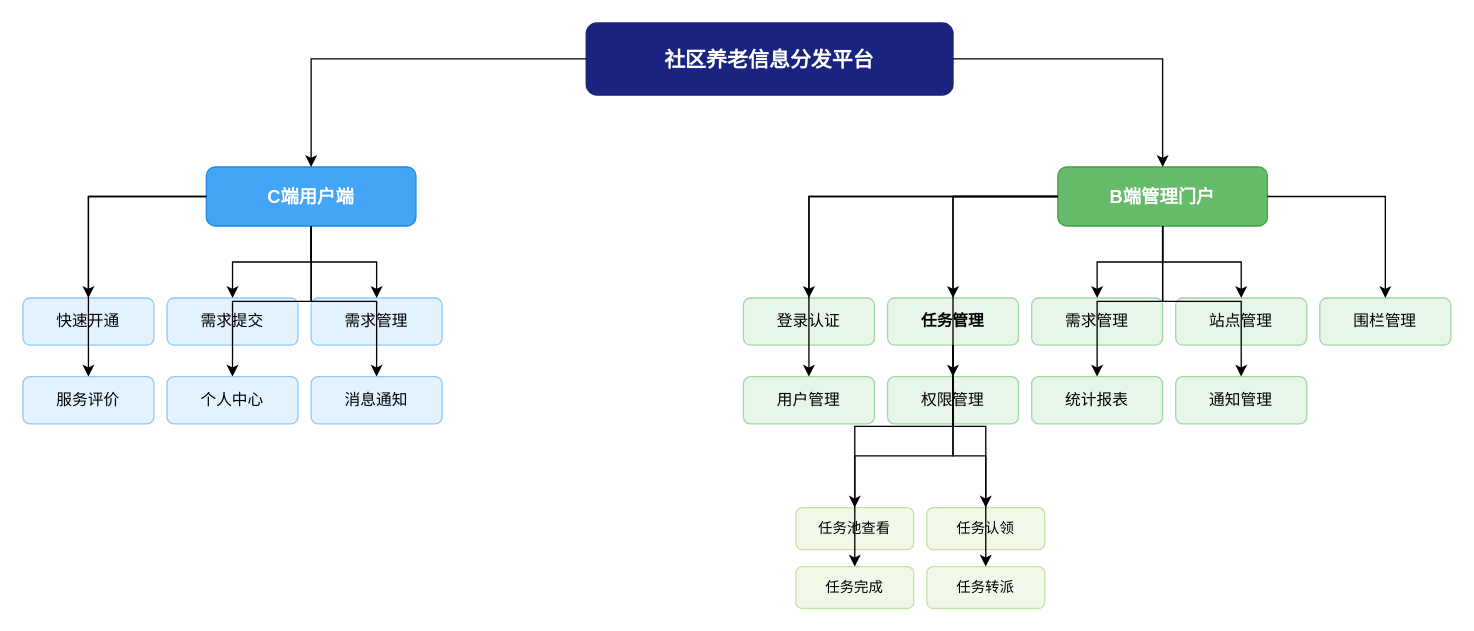
This is paper/附件/diagrams/fig3-3-modules.drawio from julesChu12/scare, a draw.io file, before an edit. Source tidied: cells renumbered, new cells numbered last; positions are measured from the earlier drawing's top-left corner, leaving out a move shared by most shapes. Both pictures are drawn from the tidied source at 131%, with x=0, y=0 at pixel (22, 22).
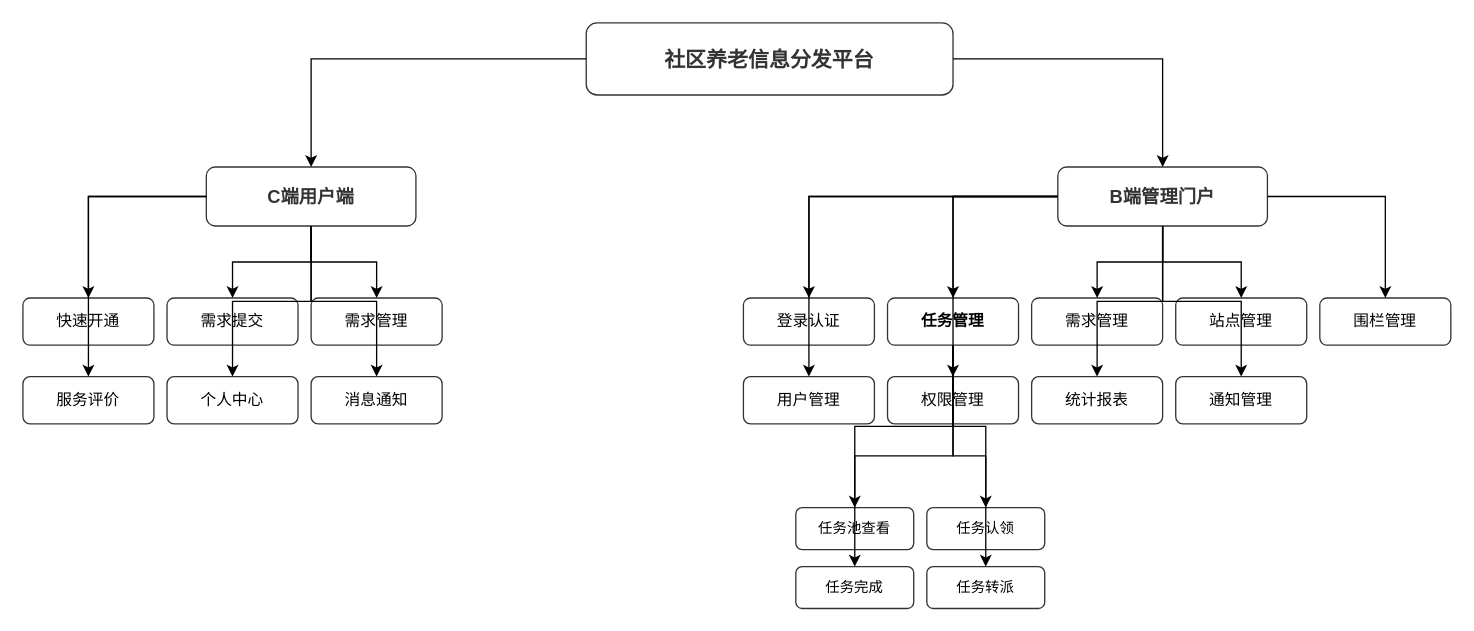
The same diagram, later.

Change to the diagram source:
```diff
@@
-    <mxCell id="2" value="社区养老信息分发平台" style="rounded=1;whiteSpace=wrap;html=1;fillColor=#1a237e;fontColor=#ffffff;strokeColor=#1a237e;fontSize=16;fontStyle=1;" parent="1" vertex="1">
+    <mxCell id="2" value="社区养老信息分发平台" style="rounded=1;whiteSpace=wrap;html=1;fillColor=#ffffff;fontColor=#333333;strokeColor=#333333;fontSize=16;fontStyle=1;" parent="1" vertex="1">
       <mxGeometry x="430" width="280" height="55" as="geometry" />
     </mxCell>
-    <mxCell id="3" value="C端用户端" style="rounded=1;whiteSpace=wrap;html=1;fillColor=#42a5f5;fontColor=#ffffff;strokeColor=#1e88e5;fontSize=14;fontStyle=1;" parent="1" vertex="1">
+    <mxCell id="3" value="C端用户端" style="rounded=1;whiteSpace=wrap;html=1;fillColor=#ffffff;fontColor=#333333;strokeColor=#333333;fontSize=14;fontStyle=1;" parent="1" vertex="1">
       <mxGeometry x="140" y="110" width="160" height="45" as="geometry" />
     </mxCell>
-    <mxCell id="4" value="B端管理门户" style="rounded=1;whiteSpace=wrap;html=1;fillColor=#66bb6a;fontColor=#ffffff;strokeColor=#43a047;fontSize=14;fontStyle=1;" parent="1" vertex="1">
+    <mxCell id="4" value="B端管理门户" style="rounded=1;whiteSpace=wrap;html=1;fillColor=#ffffff;fontColor=#333333;strokeColor=#333333;fontSize=14;fontStyle=1;" parent="1" vertex="1">
       <mxGeometry x="790" y="110" width="160" height="45" as="geometry" />
     </mxCell>
@@
-    <mxCell id="7" value="快速开通" style="rounded=1;whiteSpace=wrap;html=1;fillColor=#e3f2fd;strokeColor=#90caf9;fontSize=12;" parent="1" vertex="1">
+    <mxCell id="7" value="快速开通" style="rounded=1;whiteSpace=wrap;html=1;fillColor=#ffffff;strokeColor=#333333;fontSize=12;" parent="1" vertex="1">
       <mxGeometry y="210" width="100" height="36" as="geometry" />
     </mxCell>
-    <mxCell id="8" value="需求提交" style="rounded=1;whiteSpace=wrap;html=1;fillColor=#e3f2fd;strokeColor=#90caf9;fontSize=12;" parent="1" vertex="1">
+    <mxCell id="8" value="需求提交" style="rounded=1;whiteSpace=wrap;html=1;fillColor=#ffffff;strokeColor=#333333;fontSize=12;" parent="1" vertex="1">
       <mxGeometry x="110" y="210" width="100" height="36" as="geometry" />
     </mxCell>
-    <mxCell id="9" value="需求管理" style="rounded=1;whiteSpace=wrap;html=1;fillColor=#e3f2fd;strokeColor=#90caf9;fontSize=12;" parent="1" vertex="1">
+    <mxCell id="9" value="需求管理" style="rounded=1;whiteSpace=wrap;html=1;fillColor=#ffffff;strokeColor=#333333;fontSize=12;" parent="1" vertex="1">
       <mxGeometry x="220" y="210" width="100" height="36" as="geometry" />
     </mxCell>
-    <mxCell id="10" value="服务评价" style="rounded=1;whiteSpace=wrap;html=1;fillColor=#e3f2fd;strokeColor=#90caf9;fontSize=12;" parent="1" vertex="1">
+    <mxCell id="10" value="服务评价" style="rounded=1;whiteSpace=wrap;html=1;fillColor=#ffffff;strokeColor=#333333;fontSize=12;" parent="1" vertex="1">
       <mxGeometry y="270" width="100" height="36" as="geometry" />
     </mxCell>
-    <mxCell id="11" value="个人中心" style="rounded=1;whiteSpace=wrap;html=1;fillColor=#e3f2fd;strokeColor=#90caf9;fontSize=12;" parent="1" vertex="1">
+    <mxCell id="11" value="个人中心" style="rounded=1;whiteSpace=wrap;html=1;fillColor=#ffffff;strokeColor=#333333;fontSize=12;" parent="1" vertex="1">
       <mxGeometry x="110" y="270" width="100" height="36" as="geometry" />
     </mxCell>
-    <mxCell id="12" value="消息通知" style="rounded=1;whiteSpace=wrap;html=1;fillColor=#e3f2fd;strokeColor=#90caf9;fontSize=12;" parent="1" vertex="1">
+    <mxCell id="12" value="消息通知" style="rounded=1;whiteSpace=wrap;html=1;fillColor=#ffffff;strokeColor=#333333;fontSize=12;" parent="1" vertex="1">
       <mxGeometry x="220" y="270" width="100" height="36" as="geometry" />
     </mxCell>
@@
-    <mxCell id="19" value="登录认证" style="rounded=1;whiteSpace=wrap;html=1;fillColor=#e8f5e9;strokeColor=#a5d6a7;fontSize=12;" parent="1" vertex="1">
+    <mxCell id="19" value="登录认证" style="rounded=1;whiteSpace=wrap;html=1;fillColor=#ffffff;strokeColor=#333333;fontSize=12;" parent="1" vertex="1">
       <mxGeometry x="550" y="210" width="100" height="36" as="geometry" />
     </mxCell>
-    <mxCell id="20" value="任务管理" style="rounded=1;whiteSpace=wrap;html=1;fillColor=#e8f5e9;strokeColor=#a5d6a7;fontSize=12;fontStyle=1;" parent="1" vertex="1">
+    <mxCell id="20" value="任务管理" style="rounded=1;whiteSpace=wrap;html=1;fillColor=#ffffff;strokeColor=#333333;fontSize=12;fontStyle=1;" parent="1" vertex="1">
       <mxGeometry x="660" y="210" width="100" height="36" as="geometry" />
     </mxCell>
-    <mxCell id="21" value="需求管理" style="rounded=1;whiteSpace=wrap;html=1;fillColor=#e8f5e9;strokeColor=#a5d6a7;fontSize=12;" parent="1" vertex="1">
+    <mxCell id="21" value="需求管理" style="rounded=1;whiteSpace=wrap;html=1;fillColor=#ffffff;strokeColor=#333333;fontSize=12;" parent="1" vertex="1">
       <mxGeometry x="770" y="210" width="100" height="36" as="geometry" />
     </mxCell>
-    <mxCell id="22" value="站点管理" style="rounded=1;whiteSpace=wrap;html=1;fillColor=#e8f5e9;strokeColor=#a5d6a7;fontSize=12;" parent="1" vertex="1">
+    <mxCell id="22" value="站点管理" style="rounded=1;whiteSpace=wrap;html=1;fillColor=#ffffff;strokeColor=#333333;fontSize=12;" parent="1" vertex="1">
       <mxGeometry x="880" y="210" width="100" height="36" as="geometry" />
     </mxCell>
-    <mxCell id="23" value="围栏管理" style="rounded=1;whiteSpace=wrap;html=1;fillColor=#e8f5e9;strokeColor=#a5d6a7;fontSize=12;" parent="1" vertex="1">
+    <mxCell id="23" value="围栏管理" style="rounded=1;whiteSpace=wrap;html=1;fillColor=#ffffff;strokeColor=#333333;fontSize=12;" parent="1" vertex="1">
       <mxGeometry x="990" y="210" width="100" height="36" as="geometry" />
     </mxCell>
-    <mxCell id="24" value="用户管理" style="rounded=1;whiteSpace=wrap;html=1;fillColor=#e8f5e9;strokeColor=#a5d6a7;fontSize=12;" parent="1" vertex="1">
+    <mxCell id="24" value="用户管理" style="rounded=1;whiteSpace=wrap;html=1;fillColor=#ffffff;strokeColor=#333333;fontSize=12;" parent="1" vertex="1">
       <mxGeometry x="550" y="270" width="100" height="36" as="geometry" />
     </mxCell>
-    <mxCell id="25" value="权限管理" style="rounded=1;whiteSpace=wrap;html=1;fillColor=#e8f5e9;strokeColor=#a5d6a7;fontSize=12;" parent="1" vertex="1">
+    <mxCell id="25" value="权限管理" style="rounded=1;whiteSpace=wrap;html=1;fillColor=#ffffff;strokeColor=#333333;fontSize=12;" parent="1" vertex="1">
       <mxGeometry x="660" y="270" width="100" height="36" as="geometry" />
     </mxCell>
-    <mxCell id="26" value="统计报表" style="rounded=1;whiteSpace=wrap;html=1;fillColor=#e8f5e9;strokeColor=#a5d6a7;fontSize=12;" parent="1" vertex="1">
+    <mxCell id="26" value="统计报表" style="rounded=1;whiteSpace=wrap;html=1;fillColor=#ffffff;strokeColor=#333333;fontSize=12;" parent="1" vertex="1">
       <mxGeometry x="770" y="270" width="100" height="36" as="geometry" />
     </mxCell>
-    <mxCell id="27" value="通知管理" style="rounded=1;whiteSpace=wrap;html=1;fillColor=#e8f5e9;strokeColor=#a5d6a7;fontSize=12;" parent="1" vertex="1">
+    <mxCell id="27" value="通知管理" style="rounded=1;whiteSpace=wrap;html=1;fillColor=#ffffff;strokeColor=#333333;fontSize=12;" parent="1" vertex="1">
       <mxGeometry x="880" y="270" width="100" height="36" as="geometry" />
     </mxCell>
@@
-    <mxCell id="37" value="任务池查看" style="rounded=1;whiteSpace=wrap;html=1;fillColor=#f1f8e9;strokeColor=#c5e1a5;fontSize=11;" parent="1" vertex="1">
+    <mxCell id="37" value="任务池查看" style="rounded=1;whiteSpace=wrap;html=1;fillColor=#ffffff;strokeColor=#333333;fontSize=11;" parent="1" vertex="1">
       <mxGeometry x="590" y="370" width="90" height="32" as="geometry" />
     </mxCell>
-    <mxCell id="38" value="任务认领" style="rounded=1;whiteSpace=wrap;html=1;fillColor=#f1f8e9;strokeColor=#c5e1a5;fontSize=11;" parent="1" vertex="1">
+    <mxCell id="38" value="任务认领" style="rounded=1;whiteSpace=wrap;html=1;fillColor=#ffffff;strokeColor=#333333;fontSize=11;" parent="1" vertex="1">
       <mxGeometry x="690" y="370" width="90" height="32" as="geometry" />
     </mxCell>
-    <mxCell id="39" value="任务完成" style="rounded=1;whiteSpace=wrap;html=1;fillColor=#f1f8e9;strokeColor=#c5e1a5;fontSize=11;" parent="1" vertex="1">
+    <mxCell id="39" value="任务完成" style="rounded=1;whiteSpace=wrap;html=1;fillColor=#ffffff;strokeColor=#333333;fontSize=11;" parent="1" vertex="1">
       <mxGeometry x="590" y="415" width="90" height="32" as="geometry" />
     </mxCell>
-    <mxCell id="40" value="任务转派" style="rounded=1;whiteSpace=wrap;html=1;fillColor=#f1f8e9;strokeColor=#c5e1a5;fontSize=11;" parent="1" vertex="1">
+    <mxCell id="40" value="任务转派" style="rounded=1;whiteSpace=wrap;html=1;fillColor=#ffffff;strokeColor=#333333;fontSize=11;" parent="1" vertex="1">
       <mxGeometry x="690" y="415" width="90" height="32" as="geometry" />
     </mxCell>
```
